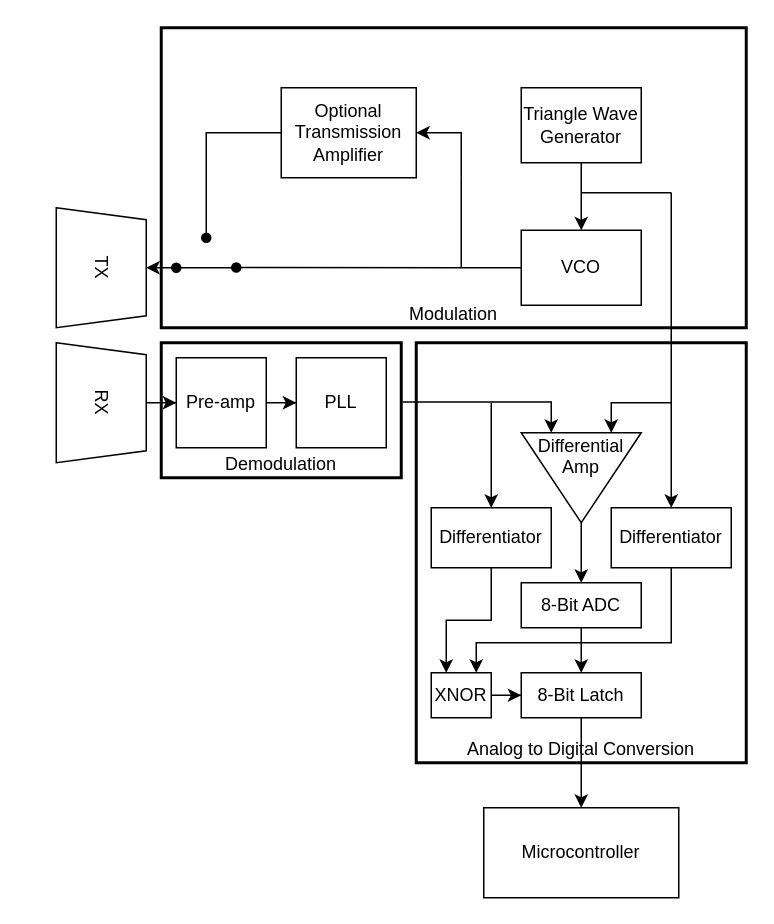
This is BlockDiagram/SystemBlockDiagram.drawio from palexander23/ultrasound-radar-circuit-design, a draw.io file, before an edit. Source tidied: cells renumbered, new cells numbered last; positions are measured from the earlier drawing's top-left corner, leaving out a move shared by most shapes. Both pictures are drawn from the tidied source at 150%, with x=0, y=0 at pixel (40, 27).
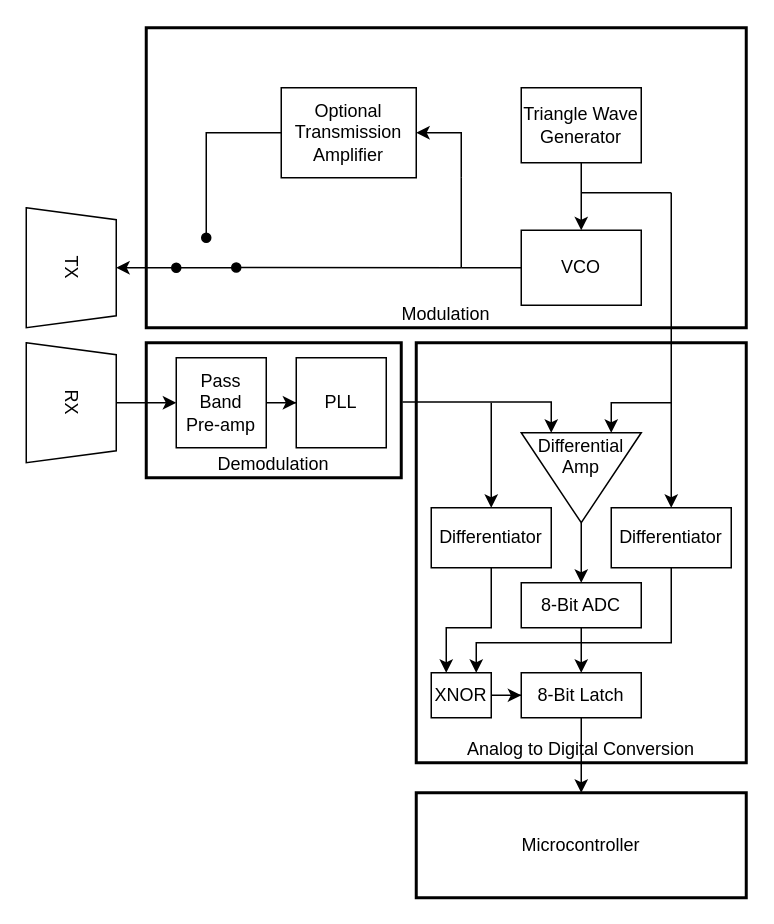
After the change.

Commit message:
Add asthetic adjustments to Block Diagram

Unchanged cells that the change refers to:
```xml
<mxCell id="4" value="Triangle Wave Generator" style="rounded=0;whiteSpace=wrap;html=1;" parent="1" vertex="1">
  <mxGeometry x="320" y="40" width="80" height="50" as="geometry" />
</mxCell>
<mxCell id="5" value="VCO" style="rounded=0;whiteSpace=wrap;html=1;" parent="1" vertex="1">
  <mxGeometry x="320" y="135" width="80" height="50" as="geometry" />
</mxCell>
<mxCell id="28" value="Differentiator" style="rounded=0;whiteSpace=wrap;html=1;" parent="1" vertex="1">
  <mxGeometry x="260" y="320" width="80" height="40" as="geometry" />
</mxCell>
<mxCell id="34" value="XNOR" style="rounded=0;whiteSpace=wrap;html=1;" parent="1" vertex="1">
  <mxGeometry x="260" y="430" width="40" height="30" as="geometry" />
</mxCell>
```

Change to the diagram source:
```diff
@@
+    <mxCell id="37" value="Demodulation" style="rounded=0;whiteSpace=wrap;html=1;glass=0;fillColor=none;strokeWidth=2;verticalAlign=bottom;" parent="1" vertex="1">
+      <mxGeometry x="70" y="210" width="170" height="90" as="geometry" />
+    </mxCell>
+    <mxCell id="36" value="Modulation" style="rounded=0;whiteSpace=wrap;html=1;glass=0;fillColor=none;strokeWidth=2;verticalAlign=bottom;" parent="1" vertex="1">
+      <mxGeometry x="70" width="400" height="200" as="geometry" />
+    </mxCell>
@@
     <mxCell id="3" style="edgeStyle=orthogonalEdgeStyle;rounded=0;jettySize=auto;html=1;" parent="1" edge="1" source="4" target="5">
       <mxGeometry relative="1" as="geometry">
         <Array as="points">
-          <mxPoint x="360" y="110" />
-          <mxPoint x="360" y="110" />
+          <mxPoint x="360" y="100" />
+          <mxPoint x="360" y="100" />
         </Array>
       </mxGeometry>
     </mxCell>
@@
     <mxCell id="6" value="TX" style="shape=trapezoid;perimeter=trapezoidPerimeter;whiteSpace=wrap;html=1;rotation=90;size=0.1;" parent="1" vertex="1">
-      <mxGeometry y="130" width="80" height="60" as="geometry" />
+      <mxGeometry x="-20" y="130" width="80" height="60" as="geometry" />
     </mxCell>
@@
     <mxCell id="16" value="RX&lt;br&gt;" style="shape=trapezoid;perimeter=trapezoidPerimeter;whiteSpace=wrap;html=1;rotation=90;size=0.1;" parent="1" vertex="1">
-      <mxGeometry y="220" width="80" height="60" as="geometry" />
+      <mxGeometry x="-20" y="220" width="80" height="60" as="geometry" />
     </mxCell>
@@
-    <mxCell id="19" value="Pre-amp" style="rounded=0;whiteSpace=wrap;html=1;" parent="1" vertex="1">
+    <mxCell id="19" value="Pass Band &lt;br&gt;Pre-amp" style="rounded=0;whiteSpace=wrap;html=1;" parent="1" vertex="1">
       <mxGeometry x="90" y="220" width="60" height="60" as="geometry" />
     </mxCell>
@@
     <mxCell id="27" style="edgeStyle=orthogonalEdgeStyle;rounded=0;jumpSize=0;jettySize=auto;html=1;exitX=0.5;exitY=1;exitDx=0;exitDy=0;entryX=0.25;entryY=0;entryDx=0;entryDy=0;startArrow=none;startFill=0;endArrow=classic;endFill=1;" parent="1" edge="1" source="28" target="34">
-      <mxGeometry relative="1" as="geometry" />
+      <mxGeometry relative="1" as="geometry">
+        <Array as="points">
+          <mxPoint x="300" y="400" />
+          <mxPoint x="270" y="400" />
+        </Array>
+      </mxGeometry>
     </mxCell>
@@
-    <mxCell id="35" value="Microcontroller" style="rounded=0;whiteSpace=wrap;html=1;" parent="1" vertex="1">
-      <mxGeometry x="295" y="520" width="130" height="60" as="geometry" />
+    <mxCell id="35" value="Microcontroller" style="rounded=0;whiteSpace=wrap;html=1;strokeWidth=2;" parent="1" vertex="1">
+      <mxGeometry x="250" y="510" width="220" height="70" as="geometry" />
     </mxCell>
-    <mxCell id="36" value="Modulation" style="rounded=0;whiteSpace=wrap;html=1;glass=0;fillColor=none;strokeWidth=2;verticalAlign=bottom;" parent="1" vertex="1">
-      <mxGeometry x="80" width="390" height="200" as="geometry" />
-    </mxCell>
-    <mxCell id="37" value="Demodulation" style="rounded=0;whiteSpace=wrap;html=1;glass=0;fillColor=none;strokeWidth=2;verticalAlign=bottom;" parent="1" vertex="1">
-      <mxGeometry x="80" y="210" width="160" height="90" as="geometry" />
-    </mxCell>
```
